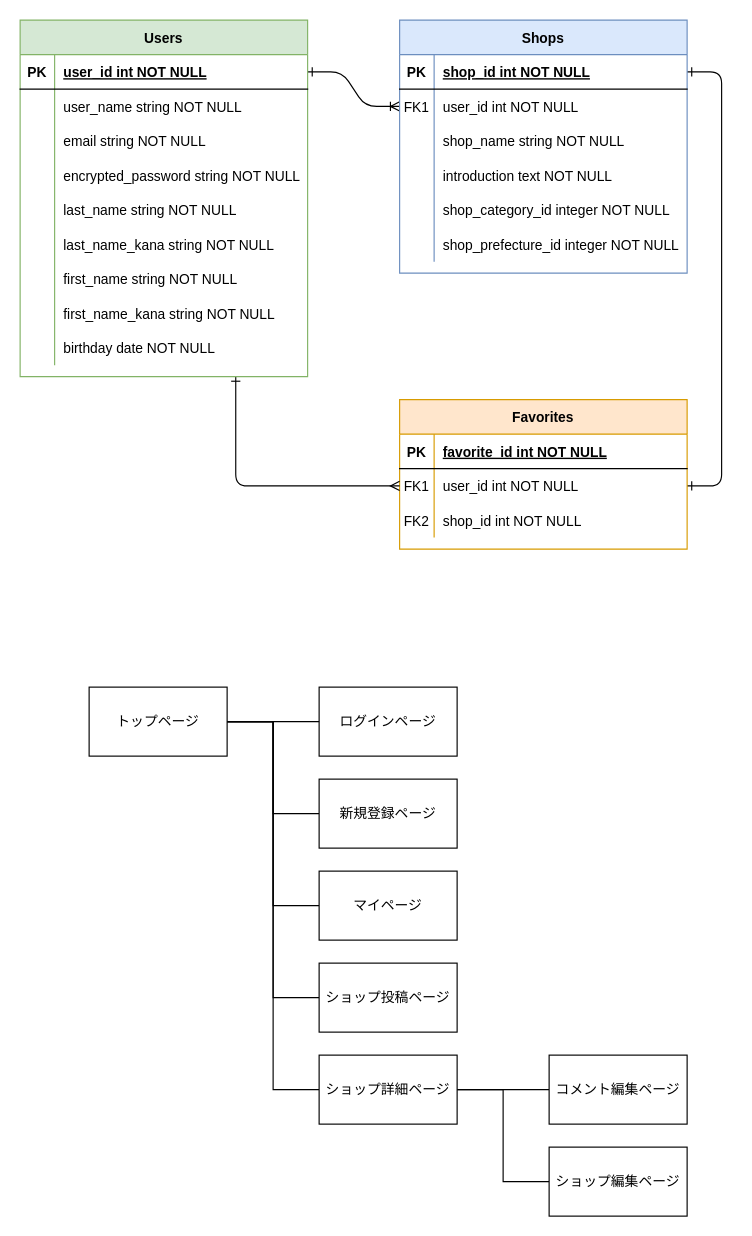
The draw.io diagram osaka walker.dio in hso-sue/osakawalker, before the edit. Source tidied: cells renumbered, new cells numbered last; positions are measured from the earlier drawing's top-left corner, leaving out a move shared by most shapes. Both pictures are drawn from the tidied source at 115%, with x=0, y=0 at pixel (20, 20).
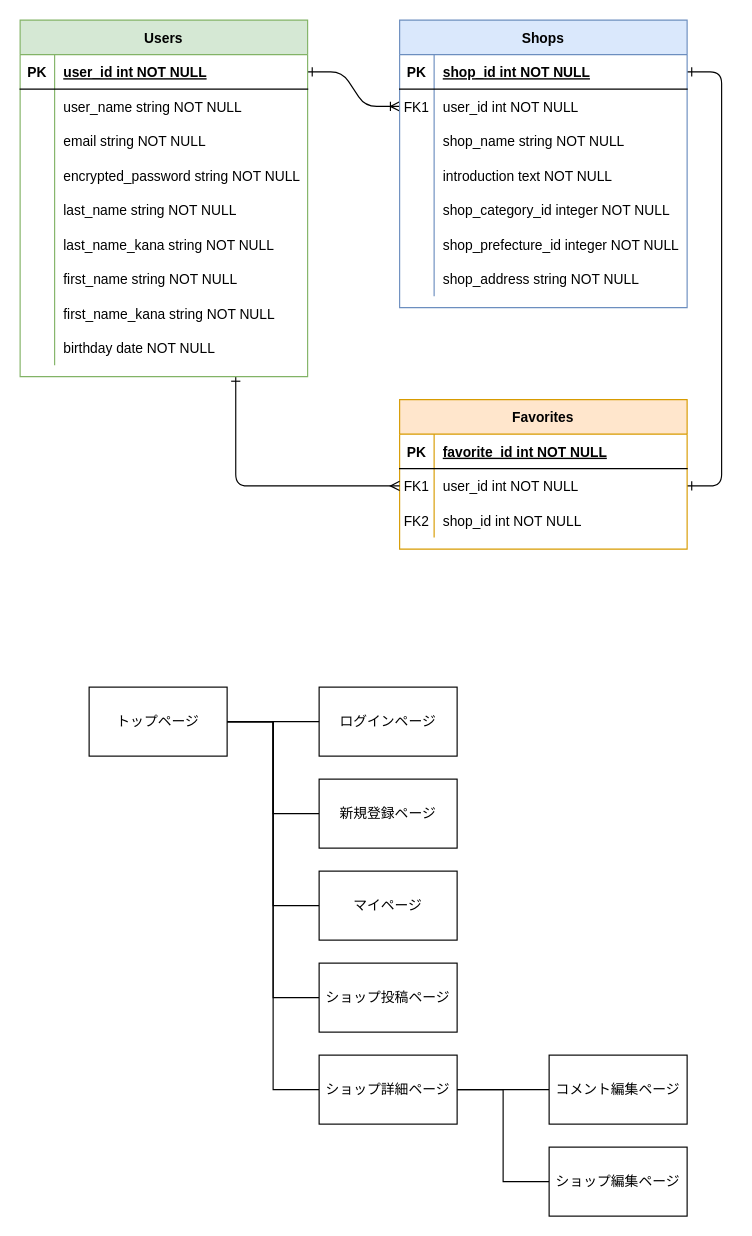
After the change.

Diff of the diagram source:
```diff
@@
     <mxCell id="4" value="Shops" style="shape=table;startSize=30;childLayout=tableLayout;rowLines=0;fontStyle=1;align=center;fillColor=#dae8fc;strokeColor=#6c8ebf;fontColor=#000000;" parent="1" vertex="1">
-      <mxGeometry x="330" width="250" height="220" as="geometry" />
+      <mxGeometry x="330" width="250" height="250" as="geometry" />
     </mxCell>
@@
+    <mxCell id="78" style="shape=partialRectangle;fillColor=none;top=0;left=0;right=0;bottom=0;" parent="4" vertex="1">
+      <mxGeometry y="210" width="250" height="30" as="geometry" />
+    </mxCell>
+    <mxCell id="79" style="shape=partialRectangle;overflow=hidden;fillColor=none;top=0;left=0;bottom=0;right=0;" parent="78" vertex="1">
+      <mxGeometry width="30" height="30" as="geometry" />
+    </mxCell>
+    <mxCell id="80" value="shop_address string NOT NULL" style="shape=partialRectangle;overflow=hidden;fillColor=none;top=0;left=0;bottom=0;right=0;align=left;spacingLeft=6;" parent="78" vertex="1">
+      <mxGeometry x="30" width="220" height="30" as="geometry" />
+    </mxCell>
```
